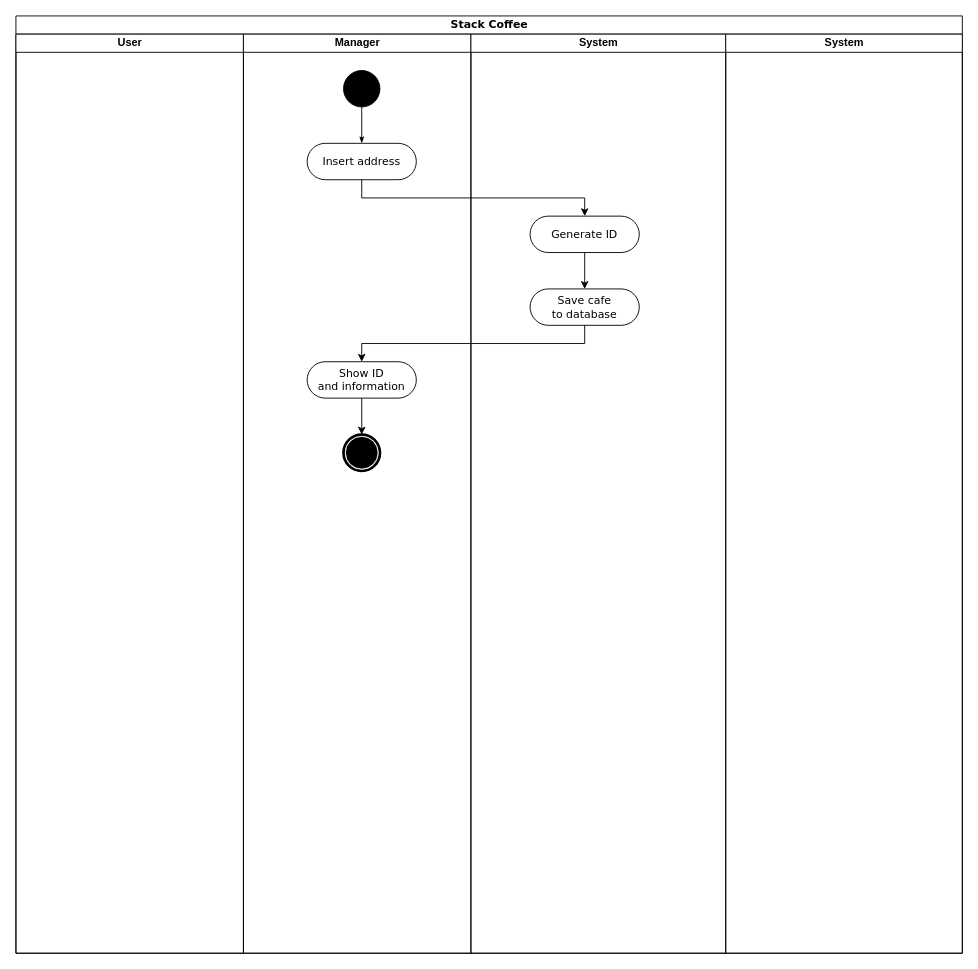
Earlier version of the draw.io diagram page "AddCafe" (4 of 6) of Diagrams/ActivityDiagram.drawio (Abcdavid00/Cafe-Management-Application). Source tidied: cells renumbered, new cells numbered last; positions are measured from the earlier drawing's top-left corner, leaving out a move shared by most shapes. Both pictures are drawn from the tidied source at 91%, with x=0, y=0 at pixel (15, 15).
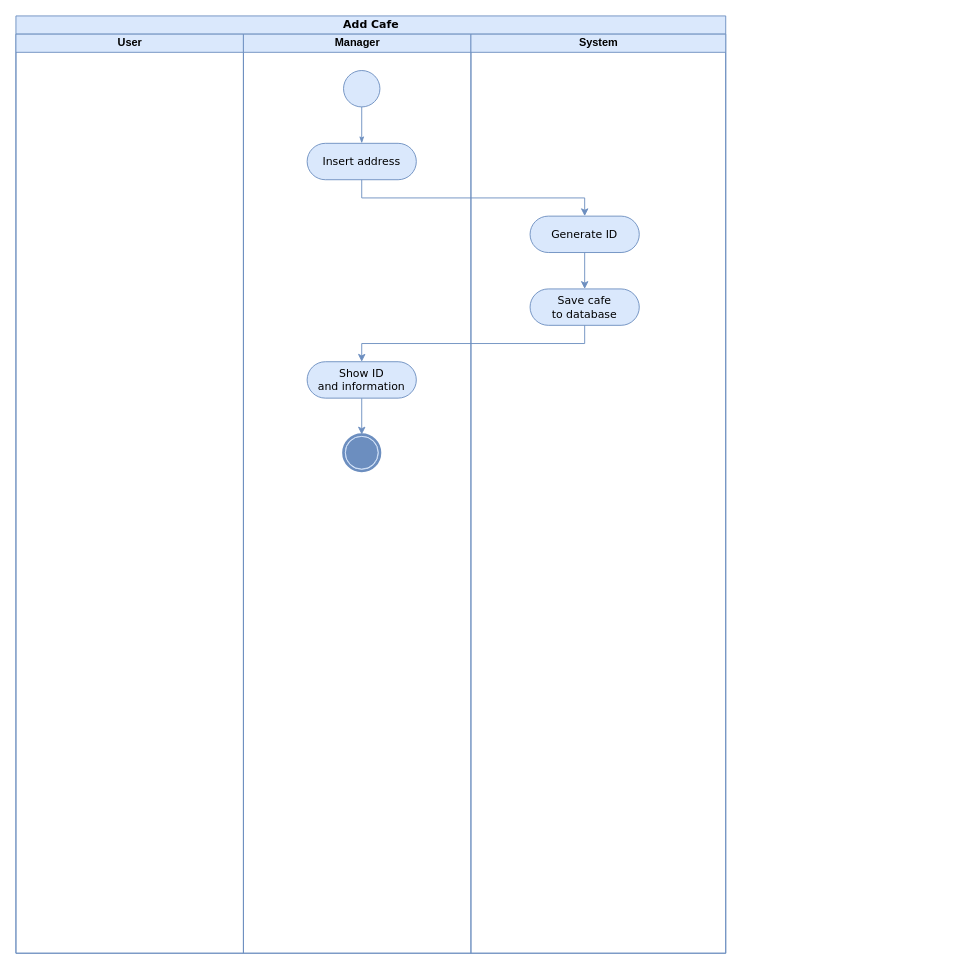
After the change.

Diff of the diagram source:
```diff
@@
 <mxGraphModel>
   <root>
     <mxCell id="0" />
     <mxCell id="1" parent="0" />
-    <mxCell id="2" value="Stack Coffee" style="swimlane;html=1;startSize=20;rounded=0;shadow=0;comic=0;labelBackgroundColor=none;strokeWidth=1;fontFamily=Verdana;fontSize=12;align=center;" parent="1" vertex="1">
-      <mxGeometry width="1040" height="1030" as="geometry" />
+    <mxCell id="2" value="Add Cafe" style="swimlane;html=1;startSize=20;rounded=0;shadow=0;comic=0;labelBackgroundColor=none;strokeWidth=1;fontFamily=Verdana;fontSize=12;align=center;fillColor=#dae8fc;strokeColor=#6c8ebf;" parent="1" vertex="1">
+      <mxGeometry width="780" height="1030" as="geometry" />
     </mxCell>
-    <mxCell id="3" value="User" style="swimlane;html=1;startSize=20;" parent="2" vertex="1">
+    <mxCell id="3" value="User" style="swimlane;html=1;startSize=20;fillColor=#dae8fc;strokeColor=#6c8ebf;" parent="2" vertex="1">
       <mxGeometry y="20" width="250" height="1010" as="geometry" />
     </mxCell>
-    <mxCell id="4" value="Manager" style="swimlane;html=1;startSize=20;" parent="2" vertex="1">
+    <mxCell id="4" value="Manager" style="swimlane;html=1;startSize=20;fillColor=#dae8fc;strokeColor=#6c8ebf;" parent="2" vertex="1">
       <mxGeometry x="250" y="20" width="250" height="1010" as="geometry" />
     </mxCell>
-    <mxCell id="5" style="ellipse;whiteSpace=wrap;html=1;rounded=0;shadow=0;comic=0;labelBackgroundColor=none;strokeWidth=1;fillColor=#000000;fontFamily=Verdana;fontSize=12;align=center;" parent="4" vertex="1">
+    <mxCell id="5" style="ellipse;whiteSpace=wrap;html=1;rounded=0;shadow=0;comic=0;labelBackgroundColor=none;strokeWidth=1;fillColor=#dae8fc;fontFamily=Verdana;fontSize=12;align=center;strokeColor=#6c8ebf;" parent="4" vertex="1">
       <mxGeometry x="110" y="40" width="40" height="40" as="geometry" />
     </mxCell>
-    <mxCell id="6" style="edgeStyle=orthogonalEdgeStyle;rounded=0;html=1;labelBackgroundColor=none;startArrow=none;startFill=0;startSize=5;endArrow=classicThin;endFill=1;endSize=5;jettySize=auto;strokeWidth=1;fontFamily=Verdana;fontSize=12;entryX=0.5;entryY=0;entryDx=0;entryDy=0;" parent="4" edge="1" source="5" target="7">
+    <mxCell id="6" style="edgeStyle=orthogonalEdgeStyle;rounded=0;html=1;labelBackgroundColor=none;startArrow=none;startFill=0;startSize=5;endArrow=classicThin;endFill=1;endSize=5;jettySize=auto;strokeWidth=1;fontFamily=Verdana;fontSize=12;entryX=0.5;entryY=0;entryDx=0;entryDy=0;fillColor=#dae8fc;strokeColor=#6c8ebf;" parent="4" edge="1" source="5" target="7">
       <mxGeometry relative="1" as="geometry" />
     </mxCell>
-    <mxCell id="7" value="Insert address" style="rounded=1;whiteSpace=wrap;html=1;shadow=0;comic=0;labelBackgroundColor=none;strokeWidth=1;fontFamily=Verdana;fontSize=12;align=center;arcSize=50;" parent="4" vertex="1">
+    <mxCell id="7" value="Insert address" style="rounded=1;whiteSpace=wrap;html=1;shadow=0;comic=0;labelBackgroundColor=none;strokeWidth=1;fontFamily=Verdana;fontSize=12;align=center;arcSize=50;fillColor=#dae8fc;strokeColor=#6c8ebf;" parent="4" vertex="1">
       <mxGeometry x="70" y="120" width="120" height="40" as="geometry" />
     </mxCell>
-    <mxCell id="8" style="shape=mxgraph.bpmn.shape;html=1;verticalLabelPosition=bottom;labelBackgroundColor=#ffffff;verticalAlign=top;perimeter=ellipsePerimeter;outline=end;symbol=terminate;rounded=0;shadow=0;comic=0;strokeWidth=1;fontFamily=Verdana;fontSize=12;align=center;" parent="4" vertex="1">
+    <mxCell id="8" style="shape=mxgraph.bpmn.shape;html=1;verticalLabelPosition=bottom;labelBackgroundColor=#ffffff;verticalAlign=top;perimeter=ellipsePerimeter;outline=end;symbol=terminate;rounded=0;shadow=0;comic=0;strokeWidth=1;fontFamily=Verdana;fontSize=12;align=center;fillColor=#dae8fc;strokeColor=#6c8ebf;" parent="4" vertex="1">
       <mxGeometry x="110" y="440" width="40" height="40" as="geometry" />
     </mxCell>
-    <mxCell id="9" style="edgeStyle=orthogonalEdgeStyle;rounded=0;jettySize=auto;html=1;exitX=0.5;exitY=1;exitDx=0;exitDy=0;entryX=0.5;entryY=0;entryDx=0;entryDy=0;" parent="4" edge="1" source="10" target="8">
+    <mxCell id="9" style="edgeStyle=orthogonalEdgeStyle;rounded=0;jettySize=auto;html=1;exitX=0.5;exitY=1;exitDx=0;exitDy=0;entryX=0.5;entryY=0;entryDx=0;entryDy=0;fillColor=#dae8fc;strokeColor=#6c8ebf;" parent="4" edge="1" source="10" target="8">
       <mxGeometry relative="1" as="geometry" />
     </mxCell>
-    <mxCell id="10" value="Show ID&lt;br&gt;and information" style="rounded=1;whiteSpace=wrap;html=1;shadow=0;comic=0;labelBackgroundColor=none;strokeWidth=1;fontFamily=Verdana;fontSize=12;align=center;arcSize=50;" parent="4" vertex="1">
+    <mxCell id="10" value="Show ID&lt;br&gt;and information" style="rounded=1;whiteSpace=wrap;html=1;shadow=0;comic=0;labelBackgroundColor=none;strokeWidth=1;fontFamily=Verdana;fontSize=12;align=center;arcSize=50;fillColor=#dae8fc;strokeColor=#6c8ebf;" parent="4" vertex="1">
       <mxGeometry x="70" y="360" width="120" height="40" as="geometry" />
     </mxCell>
-    <mxCell id="11" value="System" style="swimlane;html=1;startSize=20;direction=east;" parent="2" vertex="1">
+    <mxCell id="11" value="System" style="swimlane;html=1;startSize=20;direction=east;fillColor=#dae8fc;strokeColor=#6c8ebf;" parent="2" vertex="1">
       <mxGeometry x="500" y="20" width="280" height="1010" as="geometry" />
     </mxCell>
-    <mxCell id="12" style="edgeStyle=orthogonalEdgeStyle;rounded=0;jettySize=auto;html=1;exitX=0.5;exitY=1;exitDx=0;exitDy=0;entryX=0.5;entryY=0;entryDx=0;entryDy=0;" parent="11" edge="1" source="13" target="14">
+    <mxCell id="12" style="edgeStyle=orthogonalEdgeStyle;rounded=0;jettySize=auto;html=1;exitX=0.5;exitY=1;exitDx=0;exitDy=0;entryX=0.5;entryY=0;entryDx=0;entryDy=0;fillColor=#dae8fc;strokeColor=#6c8ebf;" parent="11" edge="1" source="13" target="14">
       <mxGeometry relative="1" as="geometry" />
     </mxCell>
-    <mxCell id="13" value="Generate ID" style="rounded=1;whiteSpace=wrap;html=1;shadow=0;comic=0;labelBackgroundColor=none;strokeWidth=1;fontFamily=Verdana;fontSize=12;align=center;arcSize=50;" parent="11" vertex="1">
+    <mxCell id="13" value="Generate ID" style="rounded=1;whiteSpace=wrap;html=1;shadow=0;comic=0;labelBackgroundColor=none;strokeWidth=1;fontFamily=Verdana;fontSize=12;align=center;arcSize=50;fillColor=#dae8fc;strokeColor=#6c8ebf;" parent="11" vertex="1">
       <mxGeometry x="65" y="200" width="120" height="40" as="geometry" />
     </mxCell>
-    <mxCell id="14" value="Save cafe&lt;br&gt;to database" style="rounded=1;whiteSpace=wrap;html=1;shadow=0;comic=0;labelBackgroundColor=none;strokeWidth=1;fontFamily=Verdana;fontSize=12;align=center;arcSize=50;" parent="11" vertex="1">
+    <mxCell id="14" value="Save cafe&lt;br&gt;to database" style="rounded=1;whiteSpace=wrap;html=1;shadow=0;comic=0;labelBackgroundColor=none;strokeWidth=1;fontFamily=Verdana;fontSize=12;align=center;arcSize=50;fillColor=#dae8fc;strokeColor=#6c8ebf;" parent="11" vertex="1">
       <mxGeometry x="65" y="280" width="120" height="40" as="geometry" />
     </mxCell>
-    <mxCell id="15" value="System" style="swimlane;html=1;startSize=20;direction=east;" parent="2" vertex="1">
-      <mxGeometry x="780" y="20" width="260" height="1010" as="geometry" />
-    </mxCell>
-    <mxCell id="16" style="edgeStyle=orthogonalEdgeStyle;rounded=0;jettySize=auto;html=1;exitX=0.5;exitY=1;exitDx=0;exitDy=0;entryX=0.5;entryY=0;entryDx=0;entryDy=0;" parent="2" edge="1" source="14" target="10">
+    <mxCell id="16" style="edgeStyle=orthogonalEdgeStyle;rounded=0;jettySize=auto;html=1;exitX=0.5;exitY=1;exitDx=0;exitDy=0;entryX=0.5;entryY=0;entryDx=0;entryDy=0;fillColor=#dae8fc;strokeColor=#6c8ebf;" parent="2" edge="1" source="14" target="10">
       <mxGeometry relative="1" as="geometry" />
     </mxCell>
-    <mxCell id="17" style="edgeStyle=orthogonalEdgeStyle;rounded=0;jettySize=auto;html=1;exitX=0.5;exitY=1;exitDx=0;exitDy=0;entryX=0.5;entryY=0;entryDx=0;entryDy=0;" parent="2" edge="1" source="7" target="13">
+    <mxCell id="17" style="edgeStyle=orthogonalEdgeStyle;rounded=0;jettySize=auto;html=1;exitX=0.5;exitY=1;exitDx=0;exitDy=0;entryX=0.5;entryY=0;entryDx=0;entryDy=0;fillColor=#dae8fc;strokeColor=#6c8ebf;" parent="2" edge="1" source="7" target="13">
       <mxGeometry relative="1" as="geometry" />
     </mxCell>
   </root>
 </mxGraphModel>
```
